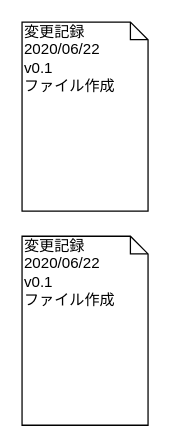
Before: page "変更記録" (7 of 7) of 資料/設計/フローチャート/InputClass/flowchart_InputClass.drawio in hakohumi/comp.Kitchen_Timer, a draw.io diagram. Source tidied: cells renumbered, new cells numbered last; positions are measured from the earlier drawing's top-left corner, leaving out a move shared by most shapes. Both pictures are drawn from the tidied source at 126%, with x=0, y=0 at pixel (21, 21).
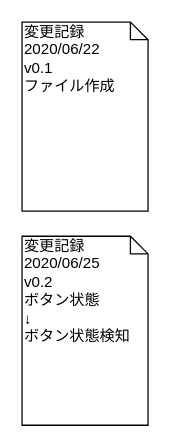
The same page after the edit.

What changed in the source:
```diff
@@
 <mxGraphModel>
   <root>
     <mxCell id="0" />
     <mxCell id="1" parent="0" />
     <mxCell id="2" value="変更記録&lt;br&gt;2020/06/22&lt;br&gt;v0.1&lt;br&gt;ファイル作成&lt;br&gt;" style="shape=note;whiteSpace=wrap;html=1;size=14;verticalAlign=top;align=left;spacingTop=-6;" parent="1" vertex="1">
       <mxGeometry width="100" height="150" as="geometry" />
     </mxCell>
-    <mxCell id="3" value="変更記録&lt;br&gt;2020/06/22&lt;br&gt;v0.1&lt;br&gt;ファイル作成&lt;br&gt;" style="shape=note;whiteSpace=wrap;html=1;size=14;verticalAlign=top;align=left;spacingTop=-6;" parent="1" vertex="1">
+    <mxCell id="3" value="変更記録&lt;br&gt;2020/06/25&lt;br&gt;v0.2&lt;br&gt;ボタン状態&lt;br&gt;↓&lt;br&gt;ボタン状態検知" style="shape=note;whiteSpace=wrap;html=1;size=14;verticalAlign=top;align=left;spacingTop=-6;" parent="1" vertex="1">
       <mxGeometry y="170" width="100" height="150" as="geometry" />
     </mxCell>
   </root>
 </mxGraphModel>
```
